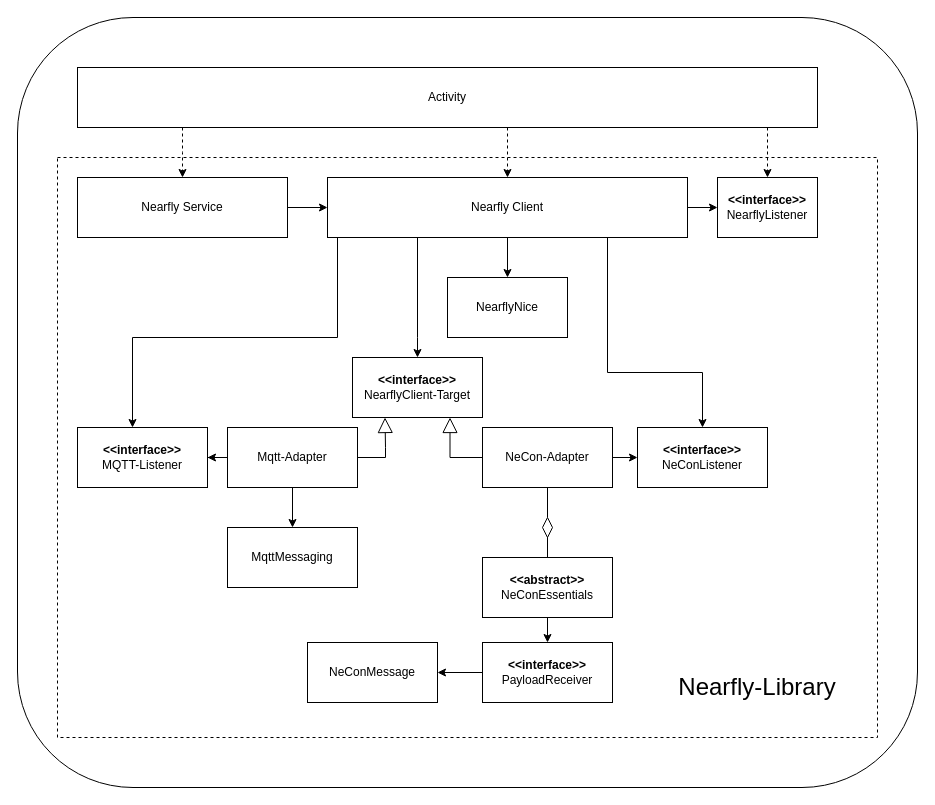
Above: Diagramme/Systemarchitecture3.drawio in zettime/Nearfly-Android (draw.io), before the change. Source tidied: cells renumbered, new cells numbered last; positions are measured from the earlier drawing's top-left corner, leaving out a move shared by most shapes. Both pictures are drawn from the tidied source at 100%, with x=0, y=0 at pixel (17, 17).
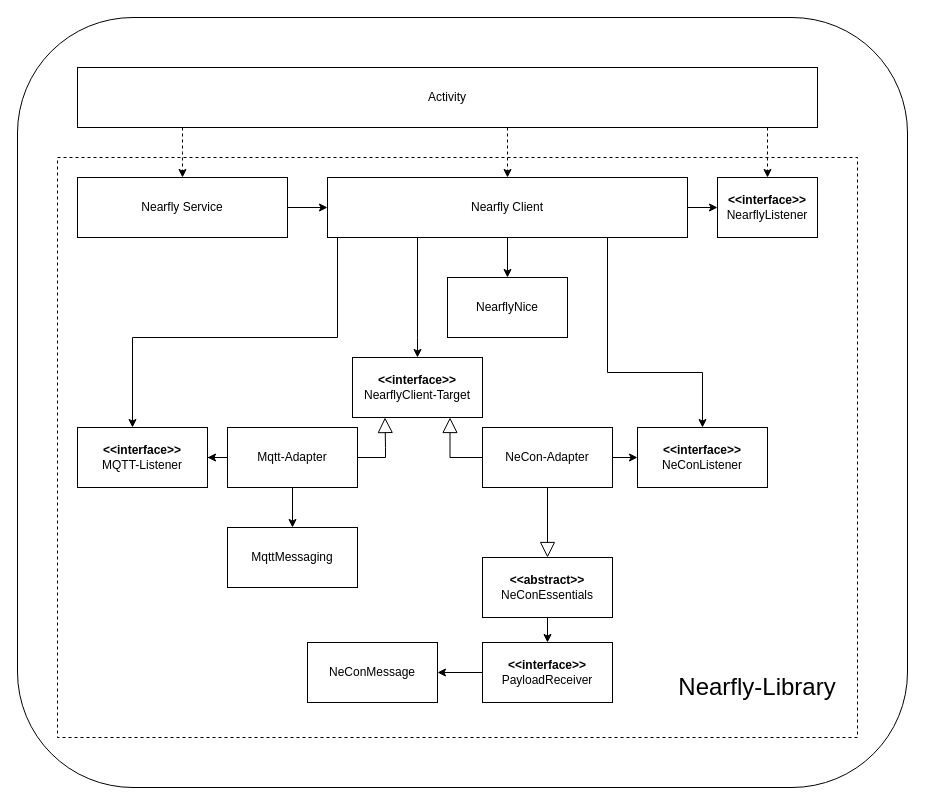
Above is the later version.

The change refers to these unchanged cells:
```xml
<mxCell id="18" value="NeCon-Adapter" style="rounded=0;whiteSpace=wrap;html=1;" parent="1" vertex="1">
  <mxGeometry x="465" y="410" width="130" height="60" as="geometry" />
</mxCell>
<mxCell id="20" value="&lt;b&gt;&amp;lt;&amp;lt;abstract&amp;gt;&amp;gt;&lt;/b&gt;&lt;br&gt;NeConEssentials" style="rounded=0;whiteSpace=wrap;html=1;" parent="1" vertex="1">
  <mxGeometry x="465" y="540" width="130" height="60" as="geometry" />
</mxCell>
```

What changed in the source:
```diff
@@
     <mxCell id="2" style="rounded=1;whiteSpace=wrap;html=1;" parent="1" vertex="1">
-      <mxGeometry width="900" height="770" as="geometry" />
+      <mxGeometry width="890" height="770" as="geometry" />
     </mxCell>
@@
+    <mxCell id="39" style="edgeStyle=orthogonalEdgeStyle;rounded=0;jettySize=auto;html=1;endArrow=block;endFill=0;strokeWidth=1;endSize=13;" parent="1" edge="1" source="18" target="20">
+      <mxGeometry relative="1" as="geometry" />
+    </mxCell>
@@
-    <mxCell id="25" style="edgeStyle=orthogonalEdgeStyle;rounded=0;jettySize=auto;html=1;endArrow=none;endFill=0;" parent="1" edge="1" source="27" target="20">
-      <mxGeometry relative="1" as="geometry" />
-    </mxCell>
-    <mxCell id="26" style="edgeStyle=orthogonalEdgeStyle;rounded=0;jettySize=auto;html=1;entryX=0.5;entryY=1;entryDx=0;entryDy=0;endArrow=none;endFill=0;" parent="1" edge="1" source="27" target="18">
-      <mxGeometry relative="1" as="geometry" />
-    </mxCell>
-    <mxCell id="27" style="rhombus;whiteSpace=wrap;html=1;" parent="1" vertex="1">
-      <mxGeometry x="525" y="500" width="10" height="20" as="geometry" />
-    </mxCell>
@@
     <mxCell id="34" style="rounded=0;whiteSpace=wrap;html=1;dashed=1;fillColor=none;" parent="1" vertex="1">
-      <mxGeometry x="40" y="140" width="820" height="580" as="geometry" />
+      <mxGeometry x="40" y="140" width="800" height="580" as="geometry" />
     </mxCell>
```
